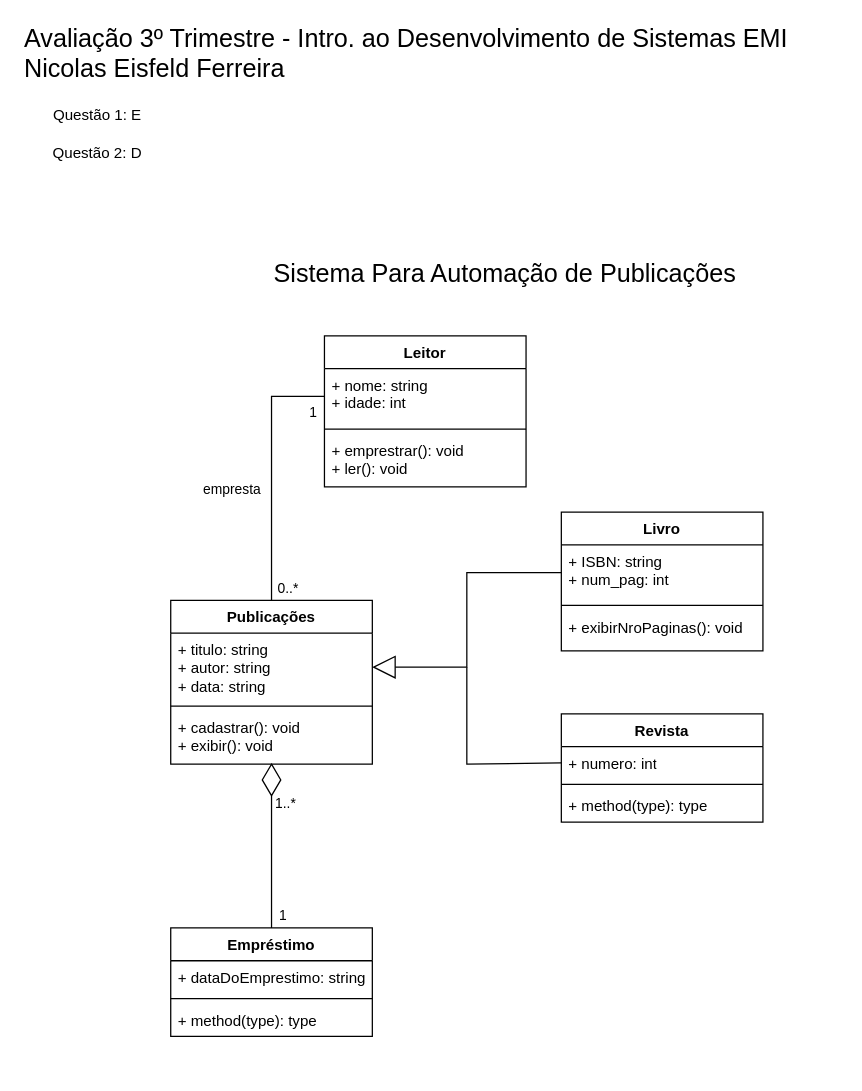
Earlier version of the draw.io diagram Diagrama-prova.drawio (NicolasEisfeld/Desen-Sistemas-EMI1). Source tidied: cells renumbered, new cells numbered last; positions are measured from the earlier drawing's top-left corner, leaving out a move shared by most shapes. Both pictures are drawn from the tidied source at 126%, with x=0, y=0 at pixel (21, 33).
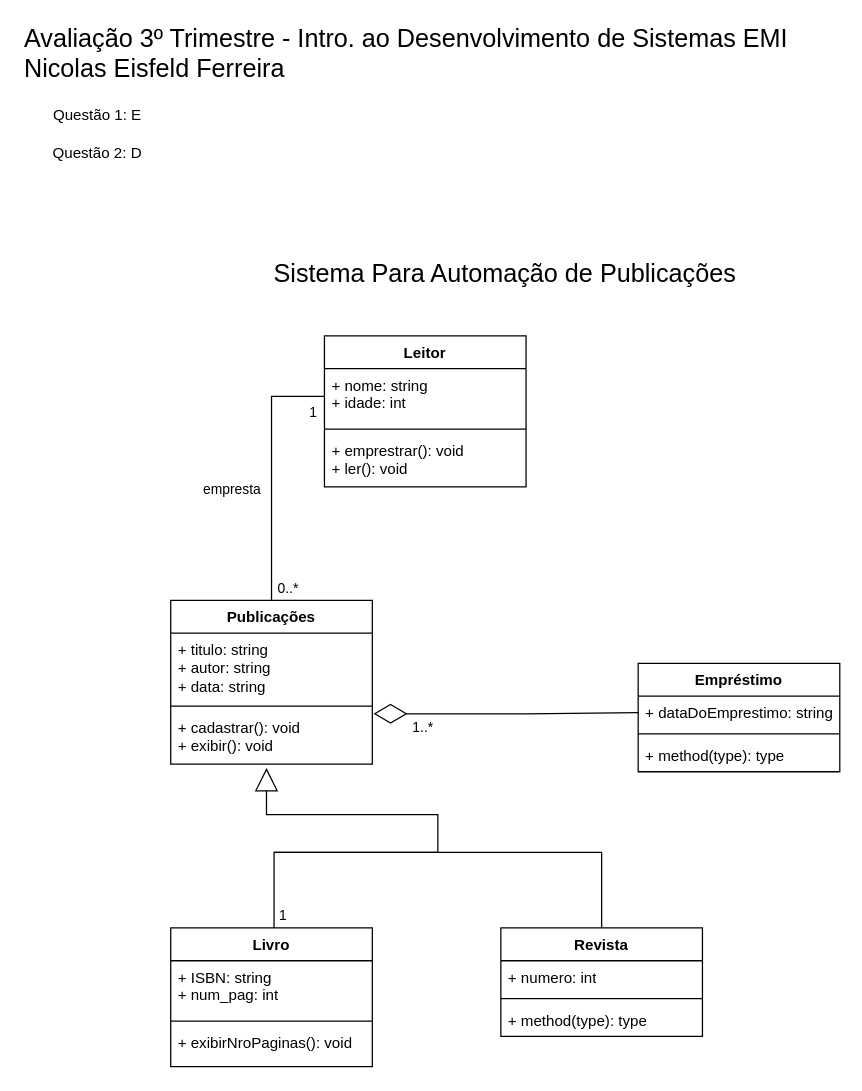
Above is the later version.

The change refers to these unchanged cells:
```xml
<mxCell id="7" value="+ titulo: string&lt;div&gt;+ autor: string&lt;/div&gt;&lt;div&gt;+ data: string&lt;/div&gt;" style="text;strokeColor=none;fillColor=none;align=left;verticalAlign=top;spacingLeft=4;spacingRight=4;overflow=hidden;points=[[0,0.5],[1,0.5]];portConstraint=eastwest;whiteSpace=wrap;html=1;" parent="6" vertex="1">
  <mxGeometry y="26" width="160" height="54" as="geometry" />
</mxCell>
<mxCell id="9" value="+ cadastrar(): void&lt;div&gt;+ exibir(): void&lt;/div&gt;" style="text;strokeColor=none;fillColor=none;align=left;verticalAlign=top;spacingLeft=4;spacingRight=4;overflow=hidden;points=[[0,0.5],[1,0.5]];portConstraint=eastwest;whiteSpace=wrap;html=1;" parent="6" vertex="1">
  <mxGeometry y="88" width="160" height="42" as="geometry" />
</mxCell>
<mxCell id="11" value="+ ISBN: string&lt;div&gt;+ num_pag: int&lt;/div&gt;" style="text;strokeColor=none;fillColor=none;align=left;verticalAlign=top;spacingLeft=4;spacingRight=4;overflow=hidden;points=[[0,0.5],[1,0.5]];portConstraint=eastwest;whiteSpace=wrap;html=1;" parent="10" vertex="1">
  <mxGeometry y="26" width="160" height="44" as="geometry" />
</mxCell>
<mxCell id="17" value="+ numero: int" style="text;strokeColor=none;fillColor=none;align=left;verticalAlign=top;spacingLeft=4;spacingRight=4;overflow=hidden;points=[[0,0.5],[1,0.5]];portConstraint=eastwest;whiteSpace=wrap;html=1;" parent="16" vertex="1">
  <mxGeometry y="26" width="160" height="26" as="geometry" />
</mxCell>
<mxCell id="21" value="+ dataDoEmprestimo: string" style="text;strokeColor=none;fillColor=none;align=left;verticalAlign=top;spacingLeft=4;spacingRight=4;overflow=hidden;points=[[0,0.5],[1,0.5]];portConstraint=eastwest;whiteSpace=wrap;html=1;" parent="20" vertex="1">
  <mxGeometry y="26" width="160" height="26" as="geometry" />
</mxCell>
```

What changed in the source:
```diff
@@
     <mxCell id="10" value="Livro" style="swimlane;fontStyle=1;align=center;verticalAlign=top;horizontal=1;startSize=26;whiteSpace=wrap;html=1;" parent="1" vertex="1">
-      <mxGeometry x="428" y="380" width="160" height="110" as="geometry" />
+      <mxGeometry x="118" y="710" width="160" height="110" as="geometry" />
     </mxCell>
@@
-    <mxCell id="14" style="endArrow=block;endSize=16;endFill=0;html=1;rounded=0;entryX=1;entryY=0.5;entryDx=0;entryDy=0;exitX=0;exitY=0.5;exitDx=0;exitDy=0;edgeStyle=orthogonalEdgeStyle;" parent="1" edge="1" source="11" target="7">
-      <mxGeometry relative="1" as="geometry" />
+    <mxCell id="14" style="endArrow=block;endSize=16;endFill=0;html=1;rounded=0;edgeStyle=orthogonalEdgeStyle;" parent="1" edge="1">
+      <mxGeometry relative="1" as="geometry">
+        <mxPoint x="200" y="710" as="sourcePoint" />
+        <mxPoint x="194" y="583" as="targetPoint" />
+        <Array as="points">
+          <mxPoint x="200" y="650" />
+          <mxPoint x="330" y="650" />
+          <mxPoint x="330" y="620" />
+          <mxPoint x="194" y="620" />
+        </Array>
+      </mxGeometry>
     </mxCell>
-    <mxCell id="15" style="endArrow=none;html=1;rounded=0;exitX=0;exitY=0.5;exitDx=0;exitDy=0;" parent="1" edge="1" source="17">
+    <mxCell id="15" style="endArrow=none;html=1;rounded=0;exitX=0.5;exitY=0;exitDx=0;exitDy=0;" parent="1" edge="1" source="16">
       <mxGeometry relative="1" as="geometry">
-        <mxPoint x="353" y="503" as="targetPoint" />
+        <mxPoint x="200" y="650" as="targetPoint" />
         <Array as="points">
-          <mxPoint x="353" y="580" />
+          <mxPoint x="460" y="650" />
         </Array>
       </mxGeometry>
     </mxCell>
     <mxCell id="16" value="Revista" style="swimlane;fontStyle=1;align=center;verticalAlign=top;horizontal=1;startSize=26;whiteSpace=wrap;html=1;" parent="1" vertex="1">
-      <mxGeometry x="428" y="540" width="160" height="86" as="geometry" />
+      <mxGeometry x="380" y="710" width="160" height="86" as="geometry" />
     </mxCell>
@@
     <mxCell id="20" value="Empréstimo" style="swimlane;fontStyle=1;align=center;verticalAlign=top;horizontal=1;startSize=26;whiteSpace=wrap;html=1;" parent="1" vertex="1">
-      <mxGeometry x="118" y="710" width="160" height="86" as="geometry" />
+      <mxGeometry x="489" y="500" width="160" height="86" as="geometry" />
     </mxCell>
@@
-    <mxCell id="24" style="endArrow=diamondThin;endFill=0;endSize=24;html=1;rounded=0;exitX=0.5;exitY=0;exitDx=0;exitDy=0;entryX=0.5;entryY=0.976;entryDx=0;entryDy=0;entryPerimeter=0;" parent="1" edge="1" source="20" target="9">
-      <mxGeometry relative="1" as="geometry" />
-    </mxCell>
-    <mxCell id="25" value="1..*" style="edgeLabel;html=1;align=center;verticalAlign=middle;" parent="24" vertex="1">
-      <mxGeometry x="0.71" y="-2" relative="1" as="geometry">
-        <mxPoint x="8" y="12" as="offset" />
-      </mxGeometry>
-    </mxCell>
@@
+    <mxCell id="35" style="endArrow=diamondThin;endFill=0;endSize=24;html=1;rounded=0;exitX=0;exitY=0.5;exitDx=0;exitDy=0;entryX=1.006;entryY=0.048;entryDx=0;entryDy=0;entryPerimeter=0;" parent="1" edge="1" source="21" target="9">
+      <mxGeometry relative="1" as="geometry">
+        <Array as="points">
+          <mxPoint x="400" y="540" />
+          <mxPoint x="330" y="540" />
+        </Array>
+      </mxGeometry>
+    </mxCell>
+    <mxCell id="25" value="1..*" style="edgeLabel;html=1;align=center;verticalAlign=middle;" parent="35" vertex="1">
+      <mxGeometry x="0.71" y="-2" relative="1" as="geometry">
+        <mxPoint x="8" y="12" as="offset" />
+      </mxGeometry>
+    </mxCell>
```
